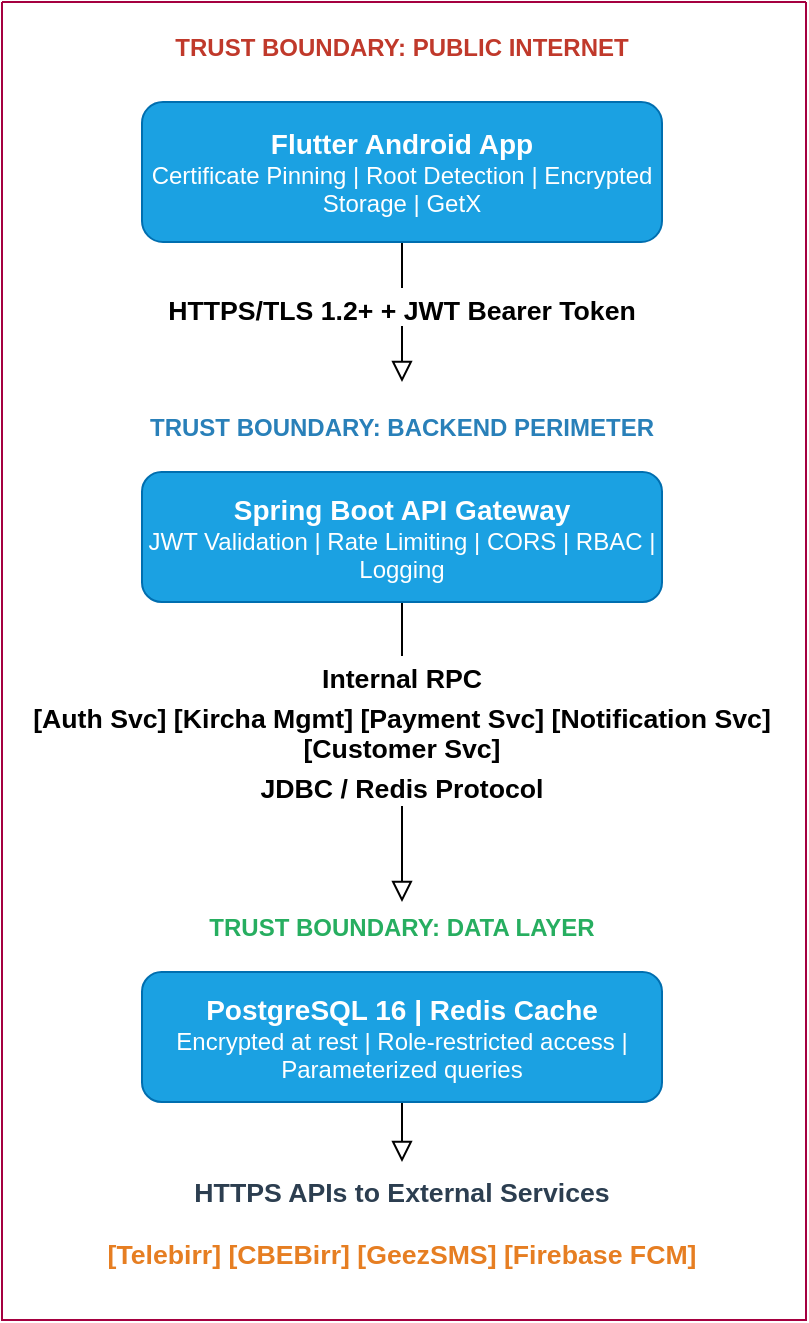
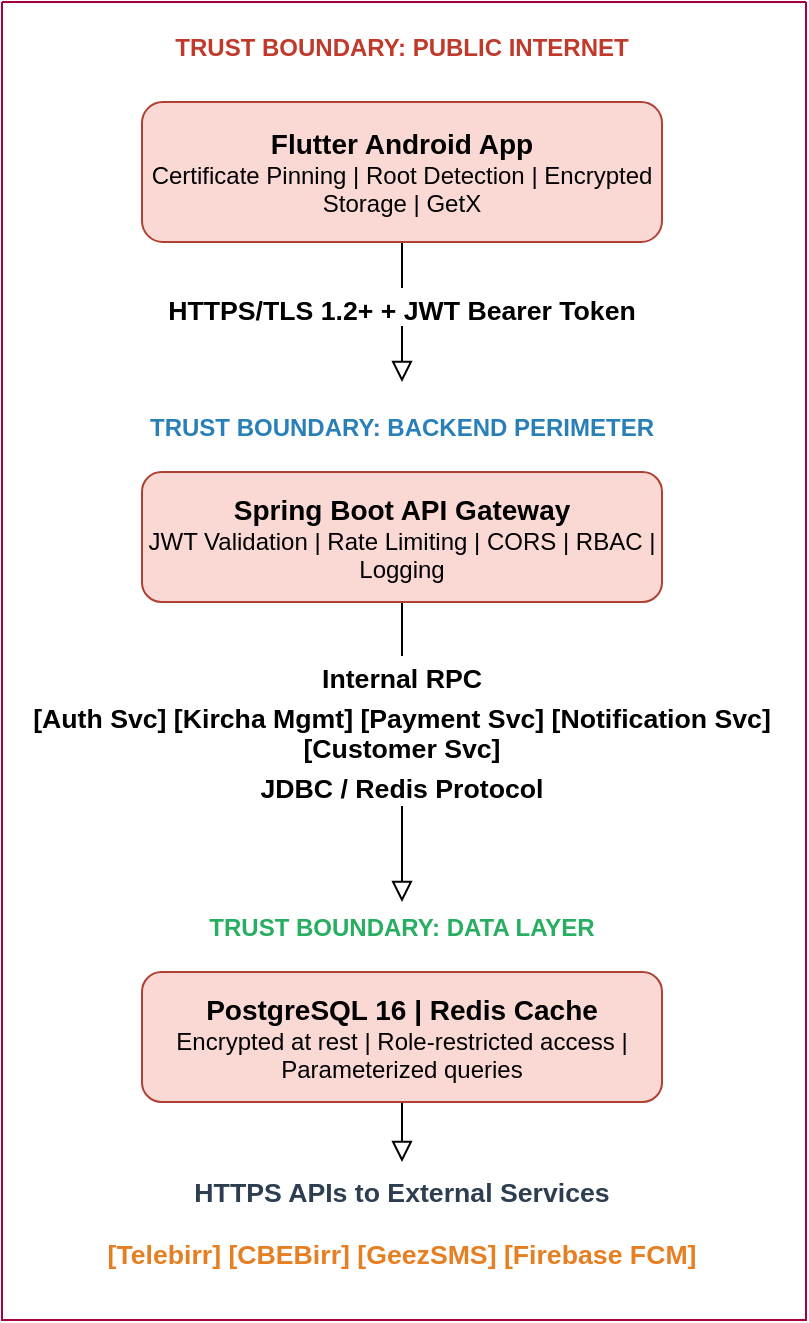
<mxfile host="app.diagrams.net">
  <diagram id="C5RBs43oDa-KdzZeNtuy" name="Page-1">
    <mxGraphModel dx="1030" dy="583" grid="0" gridSize="10" guides="1" tooltips="1" connect="1" arrows="1" fold="1" page="1" pageScale="1" pageWidth="827" pageHeight="1169" math="0" shadow="0">
      <root>
        <mxCell id="WIyWlLk6GJQsqaUBKTNV-0" />
        <mxCell id="WIyWlLk6GJQsqaUBKTNV-1" parent="WIyWlLk6GJQsqaUBKTNV-0" />
        <mxCell id="WIyWlLk6GJQsqaUBKTNV-2" edge="1" parent="WIyWlLk6GJQsqaUBKTNV-1" source="WIyWlLk6GJQsqaUBKTNV-3" style="rounded=0;html=1;jettySize=auto;orthogonalLoop=1;fontSize=11;endArrow=block;endFill=0;endSize=8;strokeWidth=1;shadow=0;labelBackgroundColor=none;edgeStyle=orthogonalEdgeStyle;entryX=0.5;entryY=0;entryDx=0;entryDy=0;" target="EC1OLnHcg-hDZEbeRDg6-5" value="">
          <mxGeometry relative="1" as="geometry">
            <mxPoint x="414" y="238" as="targetPoint" />
          </mxGeometry>
        </mxCell>
        <mxCell id="EC1OLnHcg-hDZEbeRDg6-1" connectable="0" parent="WIyWlLk6GJQsqaUBKTNV-2" style="edgeLabel;html=1;align=center;verticalAlign=middle;resizable=0;points=[];" value="&lt;p class=&quot;western&quot; align=&quot;center&quot; style=&quot;color: rgb(0, 0, 0); line-height: 14.6667px; text-align: left; margin-bottom: 0in; direction: ltr; background: transparent; font-family: Arial, serif; font-size: 11pt; white-space: normal; margin-top: 0.04in;&quot;&gt;&lt;br&gt;&lt;/p&gt;" vertex="1">
          <mxGeometry relative="1" x="-0.31" y="-2" as="geometry">
            <mxPoint x="2" y="12" as="offset" />
          </mxGeometry>
        </mxCell>
-         <mxCell id="WIyWlLk6GJQsqaUBKTNV-3" parent="WIyWlLk6GJQsqaUBKTNV-1" style="rounded=1;whiteSpace=wrap;html=1;fontSize=12;glass=0;strokeWidth=1;shadow=0;fillColor=#1ba1e2;fontColor=#ffffff;strokeColor=#006EAF;" value="&lt;div&gt;&lt;b&gt;&lt;font style=&quot;font-size: 14px;&quot;&gt;Flutter Android App&lt;/font&gt;&lt;/b&gt;&lt;/div&gt;&lt;div&gt;Certificate Pinning | Root Detection | Encrypted Storage | GetX&lt;/div&gt;" vertex="1">
+         <mxCell id="WIyWlLk6GJQsqaUBKTNV-3" parent="WIyWlLk6GJQsqaUBKTNV-1" style="rounded=1;whiteSpace=wrap;html=1;fontSize=12;glass=0;strokeWidth=1;shadow=0;fillColor=#fad9d5;strokeColor=#ae4132;" value="&lt;div&gt;&lt;b&gt;&lt;font style=&quot;font-size: 14px;&quot;&gt;Flutter Android App&lt;/font&gt;&lt;/b&gt;&lt;/div&gt;&lt;div&gt;Certificate Pinning | Root Detection | Encrypted Storage | GetX&lt;/div&gt;" vertex="1">
          <mxGeometry height="70" width="260" x="284" y="118" as="geometry" />
        </mxCell>
        <mxCell id="EC1OLnHcg-hDZEbeRDg6-0" parent="WIyWlLk6GJQsqaUBKTNV-1" style="text;html=1;whiteSpace=wrap;strokeColor=none;fillColor=none;align=center;verticalAlign=middle;rounded=0;" value="&lt;p class=&quot;western&quot; align=&quot;center&quot; style=&quot;color: rgb(0, 0, 0); line-height: 14.6667px; text-align: left; margin-bottom: 0in; direction: ltr; background: transparent; font-family: Arial, serif; font-size: 11pt;&quot;&gt;&lt;font color=&quot;#c0392b&quot;&gt;&lt;font style=&quot;font-size: 9pt;&quot;&gt;&lt;b&gt;TRUST BOUNDARY: PUBLIC INTERNET&lt;/b&gt;&lt;/font&gt;&lt;/font&gt;&lt;/p&gt;" vertex="1">
          <mxGeometry height="30" width="260" x="284" y="68" as="geometry" />
        </mxCell>
        <mxCell id="EC1OLnHcg-hDZEbeRDg6-2" edge="1" parent="WIyWlLk6GJQsqaUBKTNV-1" source="EC1OLnHcg-hDZEbeRDg6-4" style="rounded=0;html=1;jettySize=auto;orthogonalLoop=1;fontSize=11;endArrow=block;endFill=0;endSize=8;strokeWidth=1;shadow=0;labelBackgroundColor=none;edgeStyle=orthogonalEdgeStyle;" value="">
          <mxGeometry relative="1" as="geometry">
            <mxPoint x="414" y="518" as="targetPoint" />
          </mxGeometry>
        </mxCell>
        <mxCell id="EC1OLnHcg-hDZEbeRDg6-3" connectable="0" parent="EC1OLnHcg-hDZEbeRDg6-2" style="edgeLabel;html=1;align=center;verticalAlign=middle;resizable=0;points=[];" value="&lt;p class=&quot;western&quot; align=&quot;center&quot; style=&quot;color: rgb(0, 0, 0); line-height: 14.6667px; text-align: left; margin-bottom: 0in; direction: ltr; background: transparent; font-family: Arial, serif; font-size: 11pt; white-space: normal; margin-top: 0.04in;&quot;&gt;&lt;br&gt;&lt;/p&gt;" vertex="1">
          <mxGeometry relative="1" x="-0.31" y="-2" as="geometry">
            <mxPoint x="92" y="80" as="offset" />
          </mxGeometry>
        </mxCell>
-         <mxCell id="EC1OLnHcg-hDZEbeRDg6-4" parent="WIyWlLk6GJQsqaUBKTNV-1" style="rounded=1;whiteSpace=wrap;html=1;fontSize=12;glass=0;strokeWidth=1;shadow=0;fillColor=#1ba1e2;fontColor=#ffffff;strokeColor=#006EAF;" value="&lt;div&gt;&lt;div&gt;&lt;span style=&quot;font-size: 14px;&quot;&gt;&lt;b&gt;Spring Boot API Gateway&lt;/b&gt;&lt;/span&gt;&lt;/div&gt;&lt;div&gt;&lt;font style=&quot;font-size: 12px;&quot;&gt;J&lt;font style=&quot;&quot;&gt;WT Validation | Rate Limiting | CORS | RBAC | Logging&lt;/font&gt;&lt;/font&gt;&lt;/div&gt;&lt;/div&gt;" vertex="1">
+         <mxCell id="EC1OLnHcg-hDZEbeRDg6-4" parent="WIyWlLk6GJQsqaUBKTNV-1" style="rounded=1;whiteSpace=wrap;html=1;fontSize=12;glass=0;strokeWidth=1;shadow=0;fillColor=#fad9d5;strokeColor=#ae4132;" value="&lt;div&gt;&lt;div&gt;&lt;span style=&quot;font-size: 14px;&quot;&gt;&lt;b&gt;Spring Boot API Gateway&lt;/b&gt;&lt;/span&gt;&lt;/div&gt;&lt;div&gt;&lt;font style=&quot;font-size: 12px;&quot;&gt;J&lt;font style=&quot;&quot;&gt;WT Validation | Rate Limiting | CORS | RBAC | Logging&lt;/font&gt;&lt;/font&gt;&lt;/div&gt;&lt;/div&gt;" vertex="1">
          <mxGeometry height="65" width="260" x="284" y="303" as="geometry" />
        </mxCell>
        <mxCell id="EC1OLnHcg-hDZEbeRDg6-5" parent="WIyWlLk6GJQsqaUBKTNV-1" style="text;html=1;whiteSpace=wrap;strokeColor=none;fillColor=none;align=center;verticalAlign=middle;rounded=0;" value="&lt;p class=&quot;western&quot; align=&quot;center&quot; style=&quot;color: rgb(0, 0, 0); line-height: 14.6667px; text-align: left; margin-bottom: 0in; direction: ltr; background: transparent; font-family: Arial, serif; font-size: 11pt;&quot;&gt;&lt;font color=&quot;#2980b9&quot;&gt;&lt;font style=&quot;font-size: 9pt;&quot;&gt;&lt;b&gt;TRUST BOUNDARY: BACKEND PERIMETER&lt;/b&gt;&lt;/font&gt;&lt;/font&gt;&lt;/p&gt;" vertex="1">
          <mxGeometry height="30" width="260" x="284" y="258" as="geometry" />
        </mxCell>
        <mxCell id="EC1OLnHcg-hDZEbeRDg6-6" parent="WIyWlLk6GJQsqaUBKTNV-1" style="text;html=1;whiteSpace=wrap;strokeColor=none;fillColor=none;align=center;verticalAlign=middle;rounded=0;labelBackgroundColor=default;" value="&lt;p class=&quot;western&quot; style=&quot;color: rgb(0, 0, 0); line-height: 14.6667px; margin-bottom: 0in; direction: ltr; background-image: initial; background-position: initial; background-size: initial; background-repeat: initial; background-attachment: initial; background-origin: initial; background-clip: initial; font-family: Arial, serif; font-size: 11pt; margin-top: 0.04in;&quot;&gt;&lt;font&gt;&lt;font style=&quot;font-size: 10pt;&quot;&gt;&lt;b&gt;Internal RPC&lt;/b&gt;&lt;/font&gt;&lt;/font&gt;&lt;/p&gt;&lt;p class=&quot;western&quot; style=&quot;color: rgb(0, 0, 0); line-height: 14.6667px; margin-bottom: 0in; direction: ltr; background-image: initial; background-position: initial; background-size: initial; background-repeat: initial; background-attachment: initial; background-origin: initial; background-clip: initial; font-family: Arial, serif; font-size: 11pt; margin-top: 0.04in;&quot;&gt;&lt;b style=&quot;font-size: 10pt; color: light-dark(rgb(0, 0, 0), rgb(237, 237, 237));&quot;&gt;[Auth Svc] [Kircha Mgmt] [Payment Svc] [Notification Svc] [Customer Svc]&lt;/b&gt;&lt;/p&gt;&lt;p class=&quot;western&quot; style=&quot;color: rgb(0, 0, 0); line-height: 14.6667px; margin-bottom: 0in; direction: ltr; background-image: initial; background-position: initial; background-size: initial; background-repeat: initial; background-attachment: initial; background-origin: initial; background-clip: initial; font-family: Arial, serif; font-size: 11pt; margin-top: 0.04in;&quot;&gt;&lt;font&gt;&lt;font style=&quot;font-size: 10pt;&quot;&gt;&lt;b&gt;JDBC / Redis Protocol&lt;/b&gt;&lt;/font&gt;&lt;/font&gt;&lt;/p&gt;" vertex="1">
          <mxGeometry height="30" width="390" x="219" y="417" as="geometry" />
        </mxCell>
        <mxCell id="EC1OLnHcg-hDZEbeRDg6-7" parent="WIyWlLk6GJQsqaUBKTNV-1" style="text;html=1;whiteSpace=wrap;strokeColor=none;fillColor=none;align=center;verticalAlign=middle;rounded=0;fontColor=default;labelBackgroundColor=default;" value="&lt;p class=&quot;western&quot; style=&quot;line-height: 14.6667px; margin-bottom: 0in; direction: ltr; background-image: initial; background-position: initial; background-size: initial; background-repeat: initial; background-attachment: initial; background-origin: initial; background-clip: initial; font-family: Arial, serif; font-size: 11pt; margin-top: 0.04in;&quot;&gt;&lt;b style=&quot;font-size: 13.3333px; text-align: left;&quot;&gt;HTTPS/TLS 1.2+ + JWT Bearer Token&lt;/b&gt;&lt;/p&gt;" vertex="1">
          <mxGeometry height="30" width="390" x="219" y="205" as="geometry" />
        </mxCell>
        <mxCell id="EC1OLnHcg-hDZEbeRDg6-8" edge="1" parent="WIyWlLk6GJQsqaUBKTNV-1" source="EC1OLnHcg-hDZEbeRDg6-10" style="rounded=0;html=1;jettySize=auto;orthogonalLoop=1;fontSize=11;endArrow=block;endFill=0;endSize=8;strokeWidth=1;shadow=0;labelBackgroundColor=none;edgeStyle=orthogonalEdgeStyle;" value="">
          <mxGeometry relative="1" as="geometry">
            <mxPoint x="414" y="648" as="targetPoint" />
          </mxGeometry>
        </mxCell>
        <mxCell id="EC1OLnHcg-hDZEbeRDg6-9" connectable="0" parent="EC1OLnHcg-hDZEbeRDg6-8" style="edgeLabel;html=1;align=center;verticalAlign=middle;resizable=0;points=[];" value="&lt;p class=&quot;western&quot; align=&quot;center&quot; style=&quot;color: rgb(0, 0, 0); line-height: 14.6667px; text-align: left; margin-bottom: 0in; direction: ltr; background: transparent; font-family: Arial, serif; font-size: 11pt; white-space: normal; margin-top: 0.04in;&quot;&gt;&lt;br&gt;&lt;/p&gt;" vertex="1">
          <mxGeometry relative="1" x="-0.31" y="-2" as="geometry">
            <mxPoint x="92" y="80" as="offset" />
          </mxGeometry>
        </mxCell>
-         <mxCell id="EC1OLnHcg-hDZEbeRDg6-10" parent="WIyWlLk6GJQsqaUBKTNV-1" style="rounded=1;whiteSpace=wrap;html=1;fontSize=12;glass=0;strokeWidth=1;shadow=0;fillColor=#1ba1e2;fontColor=#ffffff;strokeColor=#006EAF;" value="&lt;div&gt;&lt;span style=&quot;font-size: 14px;&quot;&gt;&lt;b&gt;PostgreSQL 16 | Redis Cache&lt;/b&gt;&lt;/span&gt;&lt;/div&gt;&lt;div&gt;&lt;font style=&quot;font-size: 12px;&quot;&gt;Encrypted at rest | Role-restricted access | Parameterized queries&lt;/font&gt;&lt;/div&gt;" vertex="1">
+         <mxCell id="EC1OLnHcg-hDZEbeRDg6-10" parent="WIyWlLk6GJQsqaUBKTNV-1" style="rounded=1;whiteSpace=wrap;html=1;fontSize=12;glass=0;strokeWidth=1;shadow=0;fillColor=#fad9d5;strokeColor=#ae4132;" value="&lt;div&gt;&lt;span style=&quot;font-size: 14px;&quot;&gt;&lt;b&gt;PostgreSQL 16 | Redis Cache&lt;/b&gt;&lt;/span&gt;&lt;/div&gt;&lt;div&gt;&lt;font style=&quot;font-size: 12px;&quot;&gt;Encrypted at rest | Role-restricted access | Parameterized queries&lt;/font&gt;&lt;/div&gt;" vertex="1">
          <mxGeometry height="65" width="260" x="284" y="553" as="geometry" />
        </mxCell>
        <mxCell id="EC1OLnHcg-hDZEbeRDg6-11" parent="WIyWlLk6GJQsqaUBKTNV-1" style="text;html=1;whiteSpace=wrap;strokeColor=none;fillColor=none;align=center;verticalAlign=middle;rounded=0;" value="&lt;p class=&quot;western&quot; align=&quot;center&quot; style=&quot;color: rgb(0, 0, 0); line-height: 14.6667px; text-align: left; margin-bottom: 0in; direction: ltr; background: transparent; font-family: Arial, serif; font-size: 11pt;&quot;&gt;&lt;font color=&quot;#27ae60&quot;&gt;&lt;font style=&quot;font-size: 9pt;&quot;&gt;&lt;b&gt;TRUST BOUNDARY: DATA LAYER&lt;/b&gt;&lt;/font&gt;&lt;/font&gt;&lt;/p&gt;" vertex="1">
          <mxGeometry height="30" width="260" x="284" y="508" as="geometry" />
        </mxCell>
        <mxCell id="EC1OLnHcg-hDZEbeRDg6-12" parent="WIyWlLk6GJQsqaUBKTNV-1" style="text;html=1;whiteSpace=wrap;strokeColor=none;fillColor=none;align=center;verticalAlign=middle;rounded=0;labelBackgroundColor=default;" value="&lt;p class=&quot;western&quot; style=&quot;color: rgb(0, 0, 0); line-height: 14.6667px; margin-bottom: 0in; direction: ltr; background: transparent; font-family: Arial, serif; font-size: 11pt; margin-top: 0.04in;&quot;&gt;&lt;font color=&quot;#2c3e50&quot;&gt;&lt;font style=&quot;font-size: 10pt;&quot;&gt;&lt;b&gt;HTTPS APIs to External Services&lt;/b&gt;&lt;/font&gt;&lt;/font&gt;&lt;/p&gt;&lt;p class=&quot;western&quot; style=&quot;color: rgb(0, 0, 0); line-height: 14.6667px; margin-bottom: 0in; direction: ltr; background: transparent; font-family: Arial, serif; font-size: 11pt;&quot;&gt;&lt;font color=&quot;#e67e22&quot;&gt;&lt;font style=&quot;font-size: 10pt;&quot;&gt;&lt;b&gt;[Telebirr] [CBEBirr] [GeezSMS] [Firebase FCM]&lt;/b&gt;&lt;/font&gt;&lt;/font&gt;&lt;/p&gt;" vertex="1">
          <mxGeometry height="30" width="390" x="219" y="662" as="geometry" />
        </mxCell>
        <mxCell id="EC1OLnHcg-hDZEbeRDg6-15" parent="WIyWlLk6GJQsqaUBKTNV-1" style="swimlane;startSize=0;fillStyle=auto;fillColor=#d80073;fontColor=#ffffff;strokeColor=#A50040;" value="" vertex="1">
          <mxGeometry height="659" width="402" x="214" y="68" as="geometry" />
        </mxCell>
      </root>
    </mxGraphModel>
  </diagram>
</mxfile>
